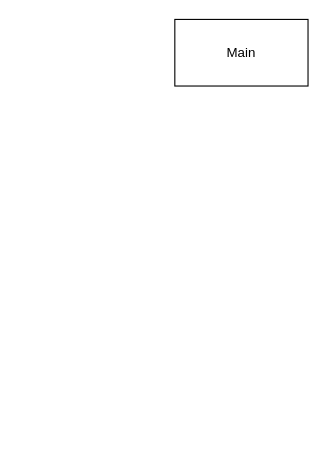
Earlier version of the draw.io diagram flow.drawio (Onebluesky882/go_fiber_bun_template). Source tidied: cells renumbered, new cells numbered last; positions are measured from the earlier drawing's top-left corner, leaving out a move shared by most shapes. Both pictures are drawn from the tidied source at 111%, with x=0, y=0 at pixel (174, 19).
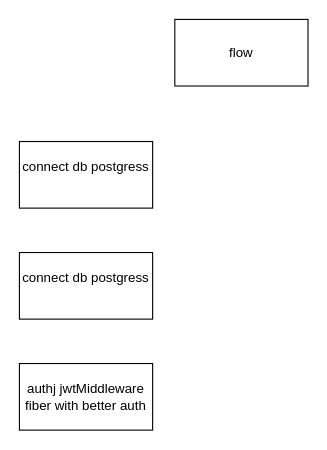
After the change.

Commit message (it also covers changes not shown here):
build : flow chart

What changed in the source:
```diff
@@
 <mxGraphModel>
   <root>
     <mxCell id="0" />
     <mxCell id="1" parent="0" />
-    <mxCell id="2" value="Main" style="rounded=0;whiteSpace=wrap;html=1;" parent="1" vertex="1">
+    <mxCell id="2" value="flow" style="rounded=0;whiteSpace=wrap;html=1;" parent="1" vertex="1">
       <mxGeometry width="120" height="60" as="geometry" />
     </mxCell>
+    <mxCell id="3" value="connect db postgress&lt;div&gt;&lt;br&gt;&lt;/div&gt;" style="rounded=0;whiteSpace=wrap;html=1;" parent="1" vertex="1">
+      <mxGeometry x="-140" y="110" width="120" height="60" as="geometry" />
+    </mxCell>
+    <mxCell id="4" value="connect db postgress&lt;div&gt;&lt;br&gt;&lt;/div&gt;" style="rounded=0;whiteSpace=wrap;html=1;" parent="1" vertex="1">
+      <mxGeometry x="-140" y="210" width="120" height="60" as="geometry" />
+    </mxCell>
+    <mxCell id="5" value="authj jwtMiddleware fiber with better auth" style="rounded=0;whiteSpace=wrap;html=1;" parent="1" vertex="1">
+      <mxGeometry x="-140" y="310" width="120" height="60" as="geometry" />
+    </mxCell>
   </root>
 </mxGraphModel>
```
